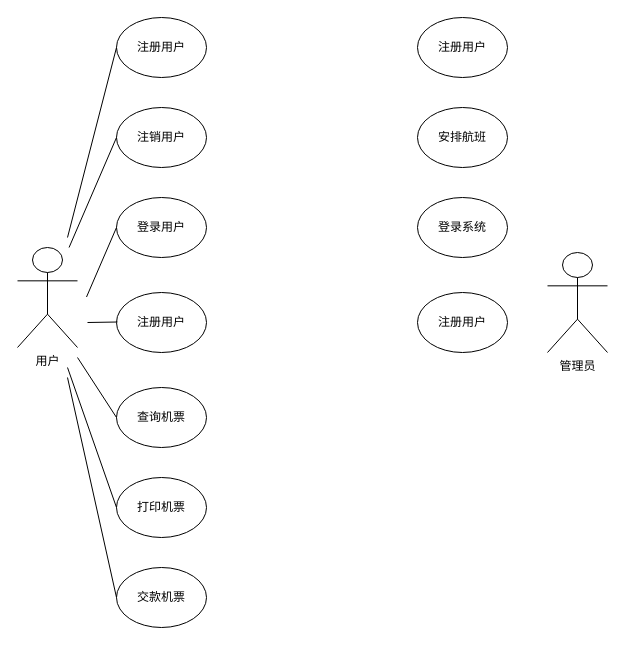
Before: 未命名绘图.drawio in ZhangShuui/ForDrawIo, a draw.io diagram. Source tidied: cells renumbered, new cells numbered last; positions are measured from the earlier drawing's top-left corner, leaving out a move shared by most shapes. Both pictures are drawn from the tidied source at 100%, with x=0, y=0 at pixel (17, 17).
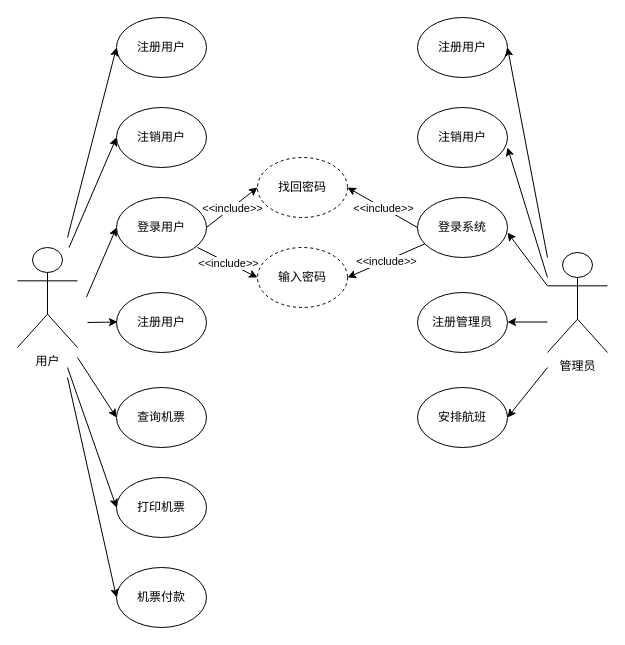
The same page after the edit.

Commit message:
更新未命名绘图.drawio

Unchanged cells that the change refers to:
```xml
<mxCell id="2" value="用户" style="shape=umlActor;verticalLabelPosition=bottom;verticalAlign=top;html=1;outlineConnect=0;" parent="1" vertex="1">
  <mxGeometry y="230" width="60" height="100" as="geometry" />
</mxCell>
<mxCell id="3" value="管理员" style="shape=umlActor;verticalLabelPosition=bottom;verticalAlign=top;html=1;outlineConnect=0;" parent="1" vertex="1">
  <mxGeometry x="530" y="235" width="60" height="100" as="geometry" />
</mxCell>
<mxCell id="4" value="注册用户" style="ellipse;whiteSpace=wrap;html=1;" parent="1" vertex="1">
  <mxGeometry x="99" width="90" height="60" as="geometry" />
</mxCell>
<mxCell id="5" value="注销用户" style="ellipse;whiteSpace=wrap;html=1;" parent="1" vertex="1">
  <mxGeometry x="99" y="90" width="90" height="60" as="geometry" />
</mxCell>
<mxCell id="6" value="查询机票" style="ellipse;whiteSpace=wrap;html=1;" parent="1" vertex="1">
  <mxGeometry x="99" y="370" width="90" height="60" as="geometry" />
</mxCell>
<mxCell id="8" value="登录用户" style="ellipse;whiteSpace=wrap;html=1;" parent="1" vertex="1">
  <mxGeometry x="99" y="180" width="90" height="60" as="geometry" />
</mxCell>
<mxCell id="13" value="打印机票" style="ellipse;whiteSpace=wrap;html=1;" parent="1" vertex="1">
  <mxGeometry x="99" y="460" width="90" height="60" as="geometry" />
</mxCell>
<mxCell id="19" value="注册用户" style="ellipse;whiteSpace=wrap;html=1;" parent="1" vertex="1">
  <mxGeometry x="400" width="90" height="60" as="geometry" />
</mxCell>
<mxCell id="20" value="登录系统" style="ellipse;whiteSpace=wrap;html=1;" parent="1" vertex="1">
  <mxGeometry x="400" y="180" width="90" height="60" as="geometry" />
</mxCell>
```

Diff of the diagram source:
```diff
@@
     <mxCell id="7" value="安排航班" style="ellipse;whiteSpace=wrap;html=1;" parent="1" vertex="1">
-      <mxGeometry x="400" y="90" width="90" height="60" as="geometry" />
+      <mxGeometry x="400" y="370" width="90" height="60" as="geometry" />
     </mxCell>
@@
-    <mxCell id="9" style="endArrow=none;html=1;rounded=0;entryX=0;entryY=0.5;entryDx=0;entryDy=0;" parent="1" edge="1" target="4">
+    <mxCell id="9" style="endArrow=classic;html=1;rounded=0;entryX=0;entryY=0.5;entryDx=0;entryDy=0;" parent="1" edge="1" target="4">
       <mxGeometry relative="1" as="geometry">
         <mxPoint x="50" y="220" as="sourcePoint" />
       </mxGeometry>
     </mxCell>
-    <mxCell id="10" style="endArrow=none;html=1;rounded=0;entryX=0;entryY=0.5;entryDx=0;entryDy=0;" parent="1" edge="1" source="2" target="5">
+    <mxCell id="10" style="endArrow=classic;html=1;rounded=0;entryX=0;entryY=0.5;entryDx=0;entryDy=0;" parent="1" edge="1" source="2" target="5">
       <mxGeometry relative="1" as="geometry" />
     </mxCell>
-    <mxCell id="11" style="endArrow=none;html=1;rounded=0;entryX=0;entryY=0.5;entryDx=0;entryDy=0;" parent="1" edge="1" target="8">
+    <mxCell id="11" style="endArrow=classic;html=1;rounded=0;entryX=0;entryY=0.5;entryDx=0;entryDy=0;" parent="1" edge="1" target="8">
       <mxGeometry relative="1" as="geometry">
         <mxPoint x="69" y="279.5" as="sourcePoint" />
       </mxGeometry>
     </mxCell>
-    <mxCell id="12" style="endArrow=none;html=1;rounded=0;entryX=0;entryY=0.5;entryDx=0;entryDy=0;" parent="1" edge="1" target="6">
+    <mxCell id="12" style="endArrow=classic;html=1;rounded=0;entryX=0;entryY=0.5;entryDx=0;entryDy=0;" parent="1" edge="1" target="6">
       <mxGeometry relative="1" as="geometry">
         <mxPoint x="60" y="340" as="sourcePoint" />
       </mxGeometry>
     </mxCell>
@@
-    <mxCell id="14" value="交款机票" style="ellipse;whiteSpace=wrap;html=1;" parent="1" vertex="1">
+    <mxCell id="14" value="机票付款" style="ellipse;whiteSpace=wrap;html=1;" parent="1" vertex="1">
       <mxGeometry x="99" y="550" width="90" height="60" as="geometry" />
     </mxCell>
-    <mxCell id="15" style="endArrow=none;html=1;rounded=0;entryX=0;entryY=0.5;entryDx=0;entryDy=0;" parent="1" edge="1" target="13">
+    <mxCell id="15" style="endArrow=classic;html=1;rounded=0;entryX=0;entryY=0.5;entryDx=0;entryDy=0;" parent="1" edge="1" target="13">
       <mxGeometry relative="1" as="geometry">
         <mxPoint x="50" y="350" as="sourcePoint" />
       </mxGeometry>
     </mxCell>
-    <mxCell id="16" style="endArrow=none;html=1;rounded=0;entryX=0;entryY=0.5;entryDx=0;entryDy=0;" parent="1" edge="1" target="14">
+    <mxCell id="16" style="endArrow=classic;html=1;rounded=0;entryX=0;entryY=0.5;entryDx=0;entryDy=0;" parent="1" edge="1" target="14">
       <mxGeometry relative="1" as="geometry">
         <mxPoint x="50" y="360" as="sourcePoint" />
       </mxGeometry>
     </mxCell>
@@
-    <mxCell id="18" style="endArrow=none;html=1;rounded=0;" parent="1" edge="1">
+    <mxCell id="18" style="endArrow=classic;html=1;rounded=0;" parent="1" edge="1">
       <mxGeometry relative="1" as="geometry">
         <mxPoint x="70" y="305" as="sourcePoint" />
         <mxPoint x="100" y="304.5" as="targetPoint" />
       </mxGeometry>
     </mxCell>
@@
-    <mxCell id="21" value="注册用户" style="ellipse;whiteSpace=wrap;html=1;" parent="1" vertex="1">
+    <mxCell id="21" value="注册管理员" style="ellipse;whiteSpace=wrap;html=1;" parent="1" vertex="1">
       <mxGeometry x="400" y="275" width="90" height="60" as="geometry" />
     </mxCell>
+    <mxCell id="22" value="找回密码" style="ellipse;whiteSpace=wrap;html=1;dashed=1;" parent="1" vertex="1">
+      <mxGeometry x="240" y="140" width="90" height="60" as="geometry" />
+    </mxCell>
+    <mxCell id="23" style="endArrow=classic;html=1;rounded=0;entryX=0;entryY=0.5;entryDx=0;entryDy=0;exitX=1;exitY=0.5;exitDx=0;exitDy=0;" parent="1" edge="1" source="8" target="22">
+      <mxGeometry relative="1" as="geometry" />
+    </mxCell>
+    <mxCell id="24" value="&amp;lt;&amp;lt;include&amp;gt;&amp;gt;" style="edgeLabel;html=1;align=center;verticalAlign=middle;" parent="23" vertex="1">
+      <mxGeometry relative="1" as="geometry" />
+    </mxCell>
+    <mxCell id="25" style="endArrow=classic;html=1;rounded=0;entryX=1;entryY=0.5;entryDx=0;entryDy=0;" parent="1" edge="1" target="22">
+      <mxGeometry relative="1" as="geometry">
+        <mxPoint x="400" y="210" as="sourcePoint" />
+      </mxGeometry>
+    </mxCell>
+    <mxCell id="26" value="&amp;lt;&amp;lt;include&amp;gt;&amp;gt;" style="edgeLabel;html=1;align=center;verticalAlign=middle;" parent="25" vertex="1">
+      <mxGeometry relative="1" as="geometry" />
+    </mxCell>
+    <mxCell id="27" value="输入密码" style="ellipse;whiteSpace=wrap;html=1;dashed=1;" parent="1" vertex="1">
+      <mxGeometry x="240" y="230" width="90" height="60" as="geometry" />
+    </mxCell>
+    <mxCell id="28" style="endArrow=classic;html=1;rounded=0;exitX=1;exitY=0.5;exitDx=0;exitDy=0;entryX=0;entryY=0.5;entryDx=0;entryDy=0;" parent="1" edge="1" target="27">
+      <mxGeometry relative="1" as="geometry">
+        <mxPoint x="180" y="230" as="sourcePoint" />
+      </mxGeometry>
+    </mxCell>
+    <mxCell id="29" value="&amp;lt;&amp;lt;include&amp;gt;&amp;gt;" style="edgeLabel;html=1;align=center;verticalAlign=middle;" parent="28" vertex="1">
+      <mxGeometry relative="1" as="geometry" />
+    </mxCell>
+    <mxCell id="30" style="endArrow=classic;html=1;rounded=0;entryX=1;entryY=0.5;entryDx=0;entryDy=0;" parent="1" edge="1" source="20" target="27">
+      <mxGeometry relative="1" as="geometry" />
+    </mxCell>
+    <mxCell id="31" value="&amp;lt;&amp;lt;include&amp;gt;&amp;gt;" style="edgeLabel;html=1;align=center;verticalAlign=middle;" parent="30" vertex="1">
+      <mxGeometry relative="1" as="geometry" />
+    </mxCell>
+    <mxCell id="32" style="endArrow=classic;html=1;rounded=0;entryX=1;entryY=0.5;entryDx=0;entryDy=0;" parent="1" edge="1" target="19">
+      <mxGeometry relative="1" as="geometry">
+        <mxPoint x="530" y="240" as="sourcePoint" />
+      </mxGeometry>
+    </mxCell>
+    <mxCell id="33" style="endArrow=classic;html=1;rounded=0;entryX=1;entryY=0.5;entryDx=0;entryDy=0;" parent="1" edge="1" target="7">
+      <mxGeometry relative="1" as="geometry">
+        <mxPoint x="530" y="350" as="sourcePoint" />
+      </mxGeometry>
+    </mxCell>
+    <mxCell id="34" style="endArrow=classic;html=1;rounded=0;exitX=0;exitY=0.3333333333333333;exitDx=0;exitDy=0;exitPerimeter=0;" parent="1" edge="1" source="3">
+      <mxGeometry relative="1" as="geometry">
+        <mxPoint x="490" y="215" as="targetPoint" />
+      </mxGeometry>
+    </mxCell>
+    <mxCell id="35" style="endArrow=classic;html=1;rounded=0;" parent="1" edge="1">
+      <mxGeometry relative="1" as="geometry">
+        <mxPoint x="530" y="304.5" as="sourcePoint" />
+        <mxPoint x="490" y="304.5" as="targetPoint" />
+      </mxGeometry>
+    </mxCell>
+    <mxCell id="36" value="注销用户" style="ellipse;whiteSpace=wrap;html=1;" parent="1" vertex="1">
+      <mxGeometry x="400" y="90" width="90" height="60" as="geometry" />
+    </mxCell>
+    <mxCell id="37" style="endArrow=classic;html=1;rounded=0;" parent="1" edge="1">
+      <mxGeometry relative="1" as="geometry">
+        <mxPoint x="530" y="260" as="sourcePoint" />
+        <mxPoint x="490" y="130" as="targetPoint" />
+      </mxGeometry>
+    </mxCell>
```
